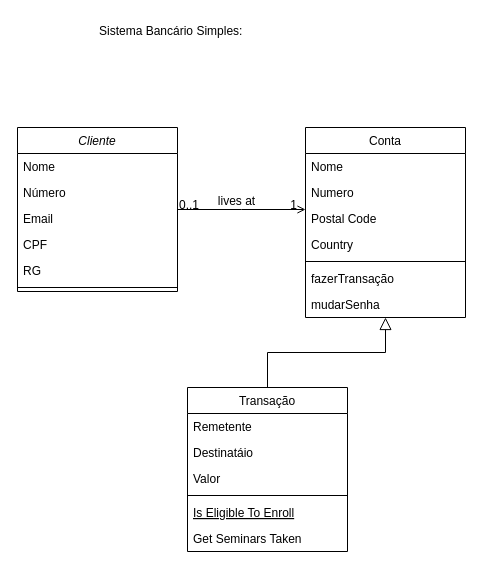
zanellaz/javascripto keeps this draw.io diagram as page "Page-1" (1 of 2) of trabalho eng.drawio. Above is the earlier version. Source tidied: cells renumbered, new cells numbered last; positions are measured from the earlier drawing's top-left corner, leaving out a move shared by most shapes. Both pictures are drawn from the tidied source at 100%, with x=0, y=0 at pixel (17, 17).
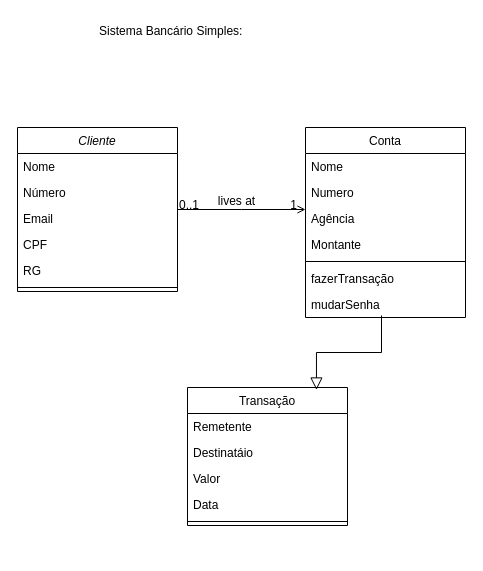
The same page after the edit.

Unchanged cells that the change refers to:
```xml
<mxCell id="17" value="Conta" style="swimlane;fontStyle=0;align=center;verticalAlign=top;horizontal=1;startSize=26;rounded=0;shadow=0;strokeWidth=1;" parent="1" vertex="1">
  <mxGeometry x="288" y="110" width="160" height="190" as="geometry" />
</mxCell>
<mxCell id="24" value="mudarSenha" style="text;align=left;verticalAlign=top;spacingLeft=4;spacingRight=4;overflow=hidden;points=[[0,0.5],[1,0.5]];portConstraint=eastwest;" parent="17" vertex="1">
  <mxGeometry y="164" width="160" height="26" as="geometry" />
</mxCell>
```

What changed in the source:
```diff
@@
     <mxCell id="9" value="Transação" style="swimlane;fontStyle=0;align=center;verticalAlign=top;horizontal=1;startSize=26;rounded=0;shadow=0;strokeWidth=1;" parent="1" vertex="1">
-      <mxGeometry x="170" y="370" width="160" height="164" as="geometry" />
+      <mxGeometry x="170" y="370" width="160" height="138" as="geometry" />
     </mxCell>
@@
+    <mxCell id="30" value="Data" style="text;align=left;verticalAlign=top;spacingLeft=4;spacingRight=4;overflow=hidden;rounded=0;shadow=0;html=0;" parent="9" vertex="1">
+      <mxGeometry y="104" width="160" height="26" as="geometry" />
+    </mxCell>
     <mxCell id="13" style="line;html=1;strokeWidth=1;align=left;verticalAlign=middle;spacingTop=-1;spacingLeft=3;spacingRight=3;labelPosition=right;" parent="9" vertex="1">
-      <mxGeometry y="104" width="160" height="8" as="geometry" />
+      <mxGeometry y="130" width="160" height="8" as="geometry" />
     </mxCell>
-    <mxCell id="14" value="Is Eligible To Enroll" style="text;align=left;verticalAlign=top;spacingLeft=4;spacingRight=4;overflow=hidden;fontStyle=4;" parent="9" vertex="1">
-      <mxGeometry y="112" width="160" height="26" as="geometry" />
-    </mxCell>
-    <mxCell id="15" value="Get Seminars Taken" style="text;align=left;verticalAlign=top;spacingLeft=4;spacingRight=4;overflow=hidden;" parent="9" vertex="1">
-      <mxGeometry y="138" width="160" height="26" as="geometry" />
-    </mxCell>
-    <mxCell id="16" style="endArrow=block;endSize=10;endFill=0;shadow=0;strokeWidth=1;rounded=0;edgeStyle=elbowEdgeStyle;elbow=vertical;entryX=0.5;entryY=1;entryDx=0;entryDy=0;" parent="1" edge="1" source="9" target="17">
+    <mxCell id="16" style="endArrow=block;endSize=10;endFill=0;shadow=0;strokeWidth=1;rounded=0;edgeStyle=elbowEdgeStyle;elbow=vertical;entryX=0.806;entryY=0.018;entryDx=0;entryDy=0;entryPerimeter=0;exitX=0.475;exitY=0.923;exitDx=0;exitDy=0;exitPerimeter=0;" parent="1" edge="1" source="24" target="9">
       <mxGeometry relative="1" as="geometry" />
     </mxCell>
@@
-    <mxCell id="20" value="Postal Code" style="text;align=left;verticalAlign=top;spacingLeft=4;spacingRight=4;overflow=hidden;rounded=0;shadow=0;html=0;" parent="17" vertex="1">
+    <mxCell id="20" value="Agência" style="text;align=left;verticalAlign=top;spacingLeft=4;spacingRight=4;overflow=hidden;rounded=0;shadow=0;html=0;" parent="17" vertex="1">
       <mxGeometry y="78" width="160" height="26" as="geometry" />
     </mxCell>
-    <mxCell id="21" value="Country" style="text;align=left;verticalAlign=top;spacingLeft=4;spacingRight=4;overflow=hidden;rounded=0;shadow=0;html=0;" parent="17" vertex="1">
+    <mxCell id="21" value="Montante" style="text;align=left;verticalAlign=top;spacingLeft=4;spacingRight=4;overflow=hidden;rounded=0;shadow=0;html=0;" parent="17" vertex="1">
       <mxGeometry y="104" width="160" height="26" as="geometry" />
     </mxCell>
```
